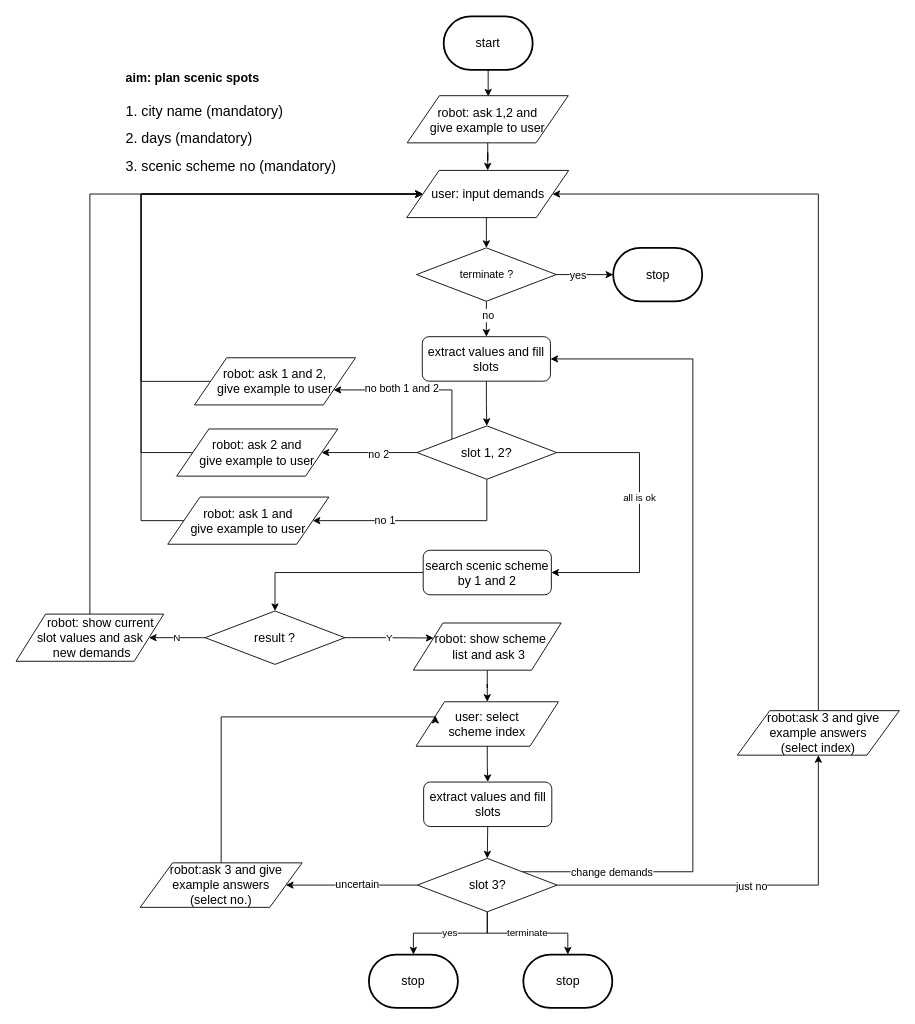
The draw.io diagram flow_diagram/scenic_plan.drawio in ricosr/travel_consult_chatbot, before the edit. Source tidied: cells renumbered, new cells numbered last; positions are measured from the earlier drawing's top-left corner, leaving out a move shared by most shapes. Both pictures are drawn from the tidied source at 89%, with x=0, y=0 at pixel (16, 16).
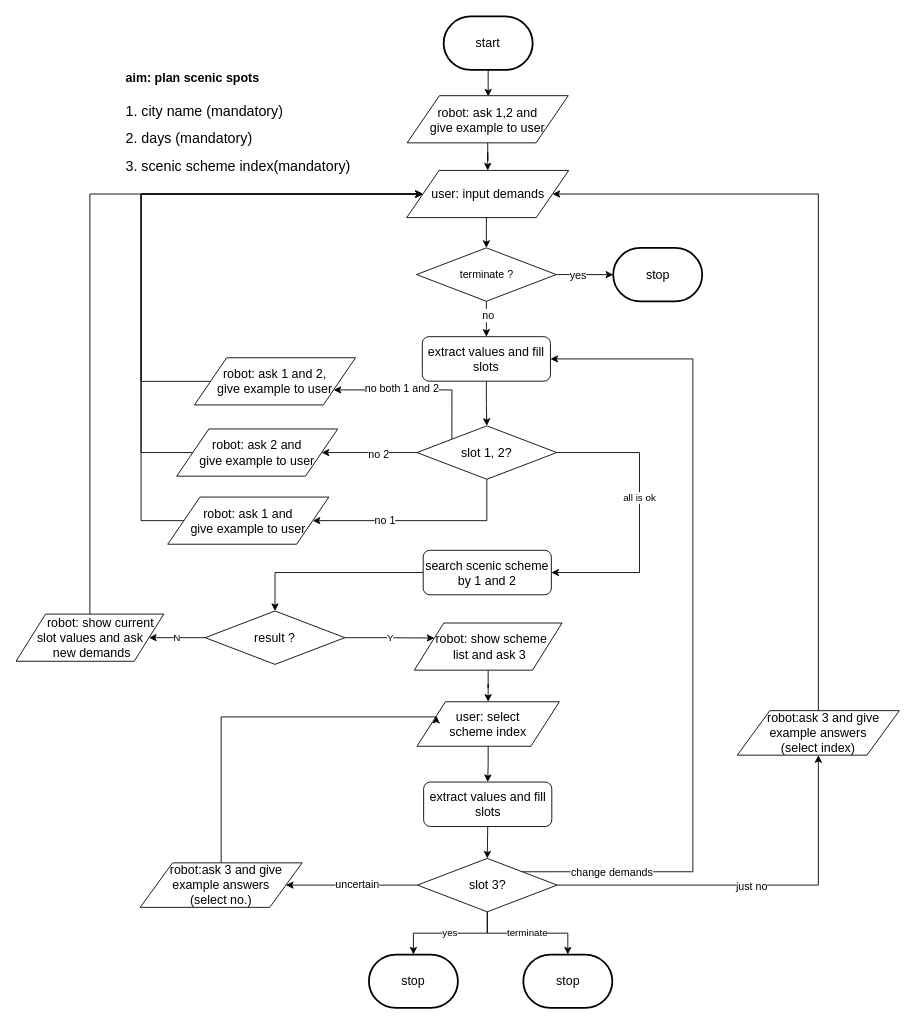
The same page after the edit.

Diff of the diagram source:
```diff
@@
-    <mxCell id="2" value="&lt;h1&gt;&lt;font style=&quot;font-size: 14px&quot;&gt;aim: plan scenic spots&lt;/font&gt;&lt;/h1&gt;&lt;p&gt;&lt;font size=&quot;3&quot;&gt;1. city name (mandatory)&lt;br&gt;&lt;/font&gt;&lt;/p&gt;&lt;p&gt;&lt;font size=&quot;3&quot;&gt;2. days (mandatory)&lt;/font&gt;&lt;/p&gt;&lt;p&gt;&lt;font size=&quot;3&quot;&gt;3. scenic scheme no (mandatory)&amp;nbsp;&lt;/font&gt;&lt;/p&gt;" style="text;html=1;strokeColor=none;fillColor=none;spacing=5;spacingTop=-20;whiteSpace=wrap;overflow=hidden;rounded=0;" parent="1" vertex="1">
+    <mxCell id="2" value="&lt;h1&gt;&lt;font style=&quot;font-size: 14px&quot;&gt;aim: plan scenic spots&lt;/font&gt;&lt;/h1&gt;&lt;p&gt;&lt;font size=&quot;3&quot;&gt;1. city name (mandatory)&lt;br&gt;&lt;/font&gt;&lt;/p&gt;&lt;p&gt;&lt;font size=&quot;3&quot;&gt;2. days (mandatory)&lt;/font&gt;&lt;/p&gt;&lt;p&gt;&lt;font size=&quot;3&quot;&gt;3. scenic scheme index(mandatory)&amp;nbsp;&lt;/font&gt;&lt;/p&gt;" style="text;html=1;strokeColor=none;fillColor=none;spacing=5;spacingTop=-20;whiteSpace=wrap;overflow=hidden;rounded=0;" parent="1" vertex="1">
       <mxGeometry x="118" y="45.5" width="330" height="140" as="geometry" />
     </mxCell>
@@
     <mxCell id="9" value="&lt;font style=&quot;font-size: 14px&quot;&gt;&amp;nbsp; robot: show scheme&lt;br&gt;&amp;nbsp;list and ask 3&lt;/font&gt;" style="shape=parallelogram;perimeter=parallelogramPerimeter;whiteSpace=wrap;html=1;" parent="1" vertex="1">
-      <mxGeometry x="446" y="681.5" width="166" height="53" as="geometry" />
+      <mxGeometry x="447" y="681.5" width="166" height="53" as="geometry" />
     </mxCell>
@@
     <mxCell id="19" value="&lt;span style=&quot;font-size: 14px&quot;&gt;user: select &lt;br&gt;scheme index&lt;br&gt;&lt;/span&gt;" style="shape=parallelogram;perimeter=parallelogramPerimeter;whiteSpace=wrap;html=1;" parent="1" vertex="1">
-      <mxGeometry x="449" y="770" width="160" height="50" as="geometry" />
+      <mxGeometry x="450" y="770" width="160" height="50" as="geometry" />
     </mxCell>
```
